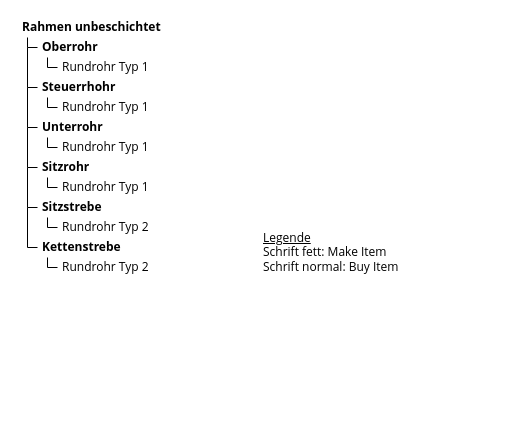
This is Notes Kurt Gisler/Beispiel Fertigungsauftrag Rahmen unbeschichtet Item Structure.drawio from Mint-System/Odoo-Wiki, a draw.io file, before an edit. Source tidied: cells renumbered, new cells numbered last; positions are measured from the earlier drawing's top-left corner, leaving out a move shared by most shapes. Both pictures are drawn from the tidied source at 100%, with x=0, y=0 at pixel (17, 17).
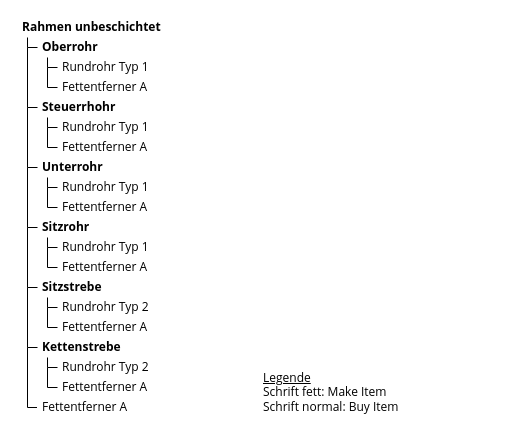
After the change.

The edit, as a diff of the source:
```diff
@@
     <mxCell id="5" value="&lt;font style=&quot;font-size: 12px;&quot;&gt;Steuerrhohr&lt;br style=&quot;font-size: 12px;&quot;&gt;&lt;/font&gt;" style="rounded=0;whiteSpace=wrap;html=1;align=left;spacingLeft=3;strokeColor=#FFFFFF;fontSize=12;fillColor=none;fontStyle=1;fontFamily=Open Sans;" parent="1" vertex="1">
-      <mxGeometry x="20" y="60" width="170" height="20" as="geometry" />
+      <mxGeometry x="20" y="80" width="170" height="20" as="geometry" />
     </mxCell>
@@
     <mxCell id="8" value="&lt;font style=&quot;font-size: 12px;&quot;&gt;Rundrohr Typ 1&lt;/font&gt;" style="rounded=0;whiteSpace=wrap;html=1;spacingLeft=3;align=left;strokeColor=#FFFFFF;fontSize=12;fontFamily=Open Sans;" parent="1" vertex="1">
-      <mxGeometry x="40" y="80" width="150" height="20" as="geometry" />
+      <mxGeometry x="40" y="100" width="150" height="20" as="geometry" />
     </mxCell>
     <mxCell id="9" style="edgeStyle=orthogonalEdgeStyle;rounded=0;orthogonalLoop=1;jettySize=auto;html=1;endArrow=none;endFill=0;exitX=0;exitY=0.5;exitDx=0;exitDy=0;fontFamily=Open Sans;fontSize=12;" parent="1" edge="1">
       <mxGeometry relative="1" as="geometry">
-        <mxPoint x="40" y="90" as="sourcePoint" />
-        <mxPoint x="30" y="80" as="targetPoint" />
+        <mxPoint x="40" y="110" as="sourcePoint" />
+        <mxPoint x="30" y="100" as="targetPoint" />
         <Array as="points">
-          <mxPoint x="30" y="90" />
+          <mxPoint x="30" y="110" />
         </Array>
       </mxGeometry>
     </mxCell>
-    <mxCell id="10" value="&lt;font style=&quot;font-size: 12px;&quot;&gt;Unterrohr&lt;br style=&quot;font-size: 12px;&quot;&gt;&lt;/font&gt;" style="rounded=0;whiteSpace=wrap;html=1;align=left;spacingLeft=3;strokeColor=#FFFFFF;fontSize=12;fillColor=none;fontStyle=1;fontFamily=Open Sans;" parent="1" vertex="1">
-      <mxGeometry x="20" y="100" width="170" height="20" as="geometry" />
-    </mxCell>
-    <mxCell id="11" style="edgeStyle=orthogonalEdgeStyle;rounded=0;orthogonalLoop=1;jettySize=auto;html=1;endArrow=none;endFill=0;exitX=0;exitY=0.5;exitDx=0;exitDy=0;fontFamily=Open Sans;fontSize=12;" parent="1" edge="1">
-      <mxGeometry relative="1" as="geometry">
-        <mxPoint x="20" y="110" as="sourcePoint" />
-        <mxPoint x="10" y="70" as="targetPoint" />
-        <Array as="points">
-          <mxPoint x="10" y="110" />
-        </Array>
-      </mxGeometry>
-    </mxCell>
-    <mxCell id="12" value="&lt;font style=&quot;font-size: 12px;&quot;&gt;Rundrohr Typ 1&lt;/font&gt;" style="rounded=0;whiteSpace=wrap;html=1;spacingLeft=3;align=left;strokeColor=#FFFFFF;fontSize=12;fontFamily=Open Sans;" parent="1" vertex="1">
-      <mxGeometry x="40" y="120" width="150" height="20" as="geometry" />
-    </mxCell>
-    <mxCell id="13" style="edgeStyle=orthogonalEdgeStyle;rounded=0;orthogonalLoop=1;jettySize=auto;html=1;endArrow=none;endFill=0;exitX=0;exitY=0.5;exitDx=0;exitDy=0;fontFamily=Open Sans;fontSize=12;" parent="1" edge="1">
-      <mxGeometry relative="1" as="geometry">
-        <mxPoint x="40" y="130" as="sourcePoint" />
-        <mxPoint x="30" y="120" as="targetPoint" />
-        <Array as="points">
-          <mxPoint x="30" y="130" />
-        </Array>
-      </mxGeometry>
-    </mxCell>
     <mxCell id="14" value="&lt;font style=&quot;font-size: 12px;&quot;&gt;Sitzrohr&lt;/font&gt;" style="rounded=0;whiteSpace=wrap;html=1;align=left;spacingLeft=3;strokeColor=#FFFFFF;fontSize=12;fontStyle=1;fillColor=none;fontFamily=Open Sans;" parent="1" vertex="1">
-      <mxGeometry x="20" y="140" width="110" height="20" as="geometry" />
+      <mxGeometry x="20" y="200" width="110" height="20" as="geometry" />
     </mxCell>
     <mxCell id="15" value="&lt;font style=&quot;font-size: 12px;&quot;&gt;Rundrohr Typ 1&lt;/font&gt;" style="rounded=0;whiteSpace=wrap;html=1;spacingLeft=3;align=left;strokeColor=#FFFFFF;fontSize=12;fontFamily=Open Sans;" parent="1" vertex="1">
-      <mxGeometry x="40" y="160" width="150" height="20" as="geometry" />
+      <mxGeometry x="40" y="220" width="150" height="20" as="geometry" />
     </mxCell>
     <mxCell id="16" style="edgeStyle=orthogonalEdgeStyle;rounded=0;orthogonalLoop=1;jettySize=auto;html=1;endArrow=none;endFill=0;exitX=0;exitY=0.5;exitDx=0;exitDy=0;fontFamily=Open Sans;fontSize=12;" parent="1" edge="1">
       <mxGeometry relative="1" as="geometry">
-        <mxPoint x="40" y="170" as="sourcePoint" />
-        <mxPoint x="30" y="160" as="targetPoint" />
+        <mxPoint x="40" y="230" as="sourcePoint" />
+        <mxPoint x="30" y="220" as="targetPoint" />
         <Array as="points">
-          <mxPoint x="30" y="170" />
+          <mxPoint x="30" y="230" />
         </Array>
       </mxGeometry>
     </mxCell>
-    <mxCell id="17" style="edgeStyle=orthogonalEdgeStyle;rounded=0;orthogonalLoop=1;jettySize=auto;html=1;endArrow=none;endFill=0;exitX=0;exitY=0.5;exitDx=0;exitDy=0;fontFamily=Open Sans;fontSize=12;" parent="1" edge="1">
-      <mxGeometry relative="1" as="geometry">
-        <mxPoint x="20" y="150" as="sourcePoint" />
-        <mxPoint x="10" y="110" as="targetPoint" />
-        <Array as="points">
-          <mxPoint x="10" y="150" />
-        </Array>
-      </mxGeometry>
-    </mxCell>
     <mxCell id="18" value="&lt;font style=&quot;font-size: 12px;&quot;&gt;Sitzstrebe&lt;/font&gt;" style="rounded=0;whiteSpace=wrap;html=1;align=left;spacingLeft=3;strokeColor=#FFFFFF;fontSize=12;fontStyle=1;fillColor=none;fontFamily=Open Sans;" parent="1" vertex="1">
-      <mxGeometry x="20" y="180" width="110" height="20" as="geometry" />
+      <mxGeometry x="20" y="260" width="110" height="20" as="geometry" />
     </mxCell>
-    <mxCell id="19" style="edgeStyle=orthogonalEdgeStyle;rounded=0;orthogonalLoop=1;jettySize=auto;html=1;endArrow=none;endFill=0;exitX=0;exitY=0.5;exitDx=0;exitDy=0;fontFamily=Open Sans;fontSize=12;" parent="1" edge="1">
-      <mxGeometry relative="1" as="geometry">
-        <mxPoint x="20" y="190" as="sourcePoint" />
-        <mxPoint x="10" y="150" as="targetPoint" />
-        <Array as="points">
-          <mxPoint x="10" y="190" />
-        </Array>
-      </mxGeometry>
-    </mxCell>
     <mxCell id="20" value="&lt;font style=&quot;font-size: 12px;&quot;&gt;Rundrohr Typ 2&lt;/font&gt;" style="rounded=0;whiteSpace=wrap;html=1;spacingLeft=3;align=left;strokeColor=#FFFFFF;fontSize=12;fontFamily=Open Sans;" parent="1" vertex="1">
-      <mxGeometry x="40" y="200" width="150" height="20" as="geometry" />
+      <mxGeometry x="40" y="280" width="150" height="20" as="geometry" />
     </mxCell>
     <mxCell id="21" style="edgeStyle=orthogonalEdgeStyle;rounded=0;orthogonalLoop=1;jettySize=auto;html=1;endArrow=none;endFill=0;exitX=0;exitY=0.5;exitDx=0;exitDy=0;fontFamily=Open Sans;fontSize=12;" parent="1" edge="1">
       <mxGeometry relative="1" as="geometry">
-        <mxPoint x="40" y="210" as="sourcePoint" />
-        <mxPoint x="30" y="200" as="targetPoint" />
+        <mxPoint x="40" y="290" as="sourcePoint" />
+        <mxPoint x="30" y="280" as="targetPoint" />
         <Array as="points">
-          <mxPoint x="30" y="210" />
+          <mxPoint x="30" y="290" />
         </Array>
       </mxGeometry>
     </mxCell>
     <mxCell id="22" value="&lt;font style=&quot;font-size: 12px;&quot;&gt;Kettenstrebe&lt;/font&gt;" style="rounded=0;whiteSpace=wrap;html=1;align=left;spacingLeft=3;strokeColor=#FFFFFF;fontSize=12;fontStyle=1;fillColor=none;fontFamily=Open Sans;" parent="1" vertex="1">
-      <mxGeometry x="20" y="220" width="110" height="20" as="geometry" />
+      <mxGeometry x="20" y="320" width="110" height="20" as="geometry" />
     </mxCell>
     <mxCell id="23" value="&lt;font style=&quot;font-size: 12px;&quot;&gt;Rundrohr Typ 2&lt;/font&gt;" style="rounded=0;whiteSpace=wrap;html=1;spacingLeft=3;align=left;strokeColor=#FFFFFF;fontSize=12;fontFamily=Open Sans;" parent="1" vertex="1">
-      <mxGeometry x="40" y="240" width="150" height="20" as="geometry" />
+      <mxGeometry x="40" y="340" width="150" height="20" as="geometry" />
     </mxCell>
     <mxCell id="24" style="edgeStyle=orthogonalEdgeStyle;rounded=0;orthogonalLoop=1;jettySize=auto;html=1;endArrow=none;endFill=0;exitX=0;exitY=0.5;exitDx=0;exitDy=0;fontFamily=Open Sans;fontSize=12;" parent="1" edge="1">
       <mxGeometry relative="1" as="geometry">
-        <mxPoint x="40" y="250" as="sourcePoint" />
-        <mxPoint x="30" y="240" as="targetPoint" />
+        <mxPoint x="40" y="350" as="sourcePoint" />
+        <mxPoint x="30" y="340" as="targetPoint" />
         <Array as="points">
-          <mxPoint x="30" y="250" />
+          <mxPoint x="30" y="350" />
         </Array>
       </mxGeometry>
     </mxCell>
-    <mxCell id="25" style="edgeStyle=orthogonalEdgeStyle;rounded=0;orthogonalLoop=1;jettySize=auto;html=1;endArrow=none;endFill=0;exitX=0;exitY=0.5;exitDx=0;exitDy=0;fontFamily=Open Sans;fontSize=12;" parent="1" edge="1">
-      <mxGeometry relative="1" as="geometry">
-        <mxPoint x="20" y="230" as="sourcePoint" />
-        <mxPoint x="10" y="190" as="targetPoint" />
-        <Array as="points">
-          <mxPoint x="10" y="230" />
-        </Array>
-      </mxGeometry>
-    </mxCell>
-    <mxCell id="26" style="edgeStyle=orthogonalEdgeStyle;rounded=0;orthogonalLoop=1;jettySize=auto;html=1;endArrow=none;endFill=0;exitX=0;exitY=0.5;exitDx=0;exitDy=0;fontFamily=Open Sans;fontSize=12;" parent="1" edge="1">
+    <mxCell id="26" style="edgeStyle=orthogonalEdgeStyle;rounded=0;jettySize=auto;html=1;endArrow=none;endFill=0;fontFamily=Open Sans;fontSize=12;" parent="1" edge="1" source="5">
       <mxGeometry relative="1" as="geometry">
-        <mxPoint x="20" y="70" as="sourcePoint" />
         <mxPoint x="10" y="30" as="targetPoint" />
         <Array as="points">
-          <mxPoint x="10" y="70" />
+          <mxPoint x="10" y="90" />
         </Array>
       </mxGeometry>
     </mxCell>
     <mxCell id="27" value="&lt;u&gt;Legende&lt;/u&gt;&lt;br&gt;Schrift fett: Make Item&lt;br&gt;Schrift normal: Buy Item" style="text;html=1;strokeColor=none;fillColor=none;align=left;verticalAlign=middle;whiteSpace=wrap;rounded=0;fontFamily=Open Sans;fontSize=12;" parent="1" vertex="1">
-      <mxGeometry x="244" y="210" width="230" height="50" as="geometry" />
+      <mxGeometry x="244" y="350" width="230" height="50" as="geometry" />
     </mxCell>
+    <mxCell id="28" value="&lt;font style=&quot;font-size: 12px&quot;&gt;Fettentferner A&lt;/font&gt;" style="rounded=0;whiteSpace=wrap;html=1;spacingLeft=3;align=left;strokeColor=#FFFFFF;fontSize=12;fontFamily=Open Sans;" parent="1" vertex="1">
+      <mxGeometry x="40" y="60" width="150" height="20" as="geometry" />
+    </mxCell>
+    <mxCell id="29" style="edgeStyle=orthogonalEdgeStyle;rounded=0;orthogonalLoop=1;jettySize=auto;html=1;endArrow=none;endFill=0;exitX=0;exitY=0.5;exitDx=0;exitDy=0;fontFamily=Open Sans;fontSize=12;" parent="1" edge="1">
+      <mxGeometry relative="1" as="geometry">
+        <mxPoint x="40" y="70" as="sourcePoint" />
+        <mxPoint x="30" y="50" as="targetPoint" />
+        <Array as="points">
+          <mxPoint x="30" y="70" />
+        </Array>
+      </mxGeometry>
+    </mxCell>
+    <mxCell id="30" value="&lt;font style=&quot;font-size: 12px&quot;&gt;Fettentferner A&lt;/font&gt;" style="rounded=0;whiteSpace=wrap;html=1;spacingLeft=3;align=left;strokeColor=#FFFFFF;fontSize=12;fontFamily=Open Sans;" parent="1" vertex="1">
+      <mxGeometry x="40" y="120" width="150" height="20" as="geometry" />
+    </mxCell>
+    <mxCell id="31" style="edgeStyle=orthogonalEdgeStyle;rounded=0;orthogonalLoop=1;jettySize=auto;html=1;endArrow=none;endFill=0;exitX=0;exitY=0.5;exitDx=0;exitDy=0;fontFamily=Open Sans;fontSize=12;" parent="1" edge="1">
+      <mxGeometry relative="1" as="geometry">
+        <mxPoint x="40" y="130" as="sourcePoint" />
+        <mxPoint x="30" y="110" as="targetPoint" />
+        <Array as="points">
+          <mxPoint x="30" y="130" />
+        </Array>
+      </mxGeometry>
+    </mxCell>
+    <mxCell id="10" value="&lt;font style=&quot;font-size: 12px;&quot;&gt;Unterrohr&lt;br style=&quot;font-size: 12px;&quot;&gt;&lt;/font&gt;" style="rounded=0;whiteSpace=wrap;html=1;align=left;spacingLeft=3;strokeColor=#FFFFFF;fontSize=12;fillColor=none;fontStyle=1;fontFamily=Open Sans;" parent="1" vertex="1">
+      <mxGeometry x="20" y="140" width="170" height="20" as="geometry" />
+    </mxCell>
+    <mxCell id="12" value="&lt;font style=&quot;font-size: 12px;&quot;&gt;Rundrohr Typ 1&lt;/font&gt;" style="rounded=0;whiteSpace=wrap;html=1;spacingLeft=3;align=left;strokeColor=#FFFFFF;fontSize=12;fontFamily=Open Sans;" parent="1" vertex="1">
+      <mxGeometry x="40" y="160" width="150" height="20" as="geometry" />
+    </mxCell>
+    <mxCell id="32" style="edgeStyle=orthogonalEdgeStyle;rounded=0;orthogonalLoop=1;jettySize=auto;html=1;endArrow=none;endFill=0;exitX=0;exitY=0.5;exitDx=0;exitDy=0;fontFamily=Open Sans;fontSize=12;" parent="1" edge="1">
+      <mxGeometry relative="1" as="geometry">
+        <mxPoint x="40" y="170" as="sourcePoint" />
+        <mxPoint x="30" y="160" as="targetPoint" />
+        <Array as="points">
+          <mxPoint x="30" y="170" />
+        </Array>
+      </mxGeometry>
+    </mxCell>
+    <mxCell id="33" value="&lt;font style=&quot;font-size: 12px&quot;&gt;Fettentferner A&lt;/font&gt;" style="rounded=0;whiteSpace=wrap;html=1;spacingLeft=3;align=left;strokeColor=#FFFFFF;fontSize=12;fontFamily=Open Sans;" parent="1" vertex="1">
+      <mxGeometry x="40" y="180" width="150" height="20" as="geometry" />
+    </mxCell>
+    <mxCell id="34" style="edgeStyle=orthogonalEdgeStyle;rounded=0;orthogonalLoop=1;jettySize=auto;html=1;endArrow=none;endFill=0;exitX=0;exitY=0.5;exitDx=0;exitDy=0;fontFamily=Open Sans;fontSize=12;" parent="1" edge="1">
+      <mxGeometry relative="1" as="geometry">
+        <mxPoint x="40" y="190" as="sourcePoint" />
+        <mxPoint x="30" y="170" as="targetPoint" />
+        <Array as="points">
+          <mxPoint x="30" y="190" />
+        </Array>
+      </mxGeometry>
+    </mxCell>
+    <mxCell id="35" style="edgeStyle=orthogonalEdgeStyle;rounded=0;orthogonalLoop=1;jettySize=auto;html=1;endArrow=none;endFill=0;fontFamily=Open Sans;fontSize=12;" parent="1" edge="1">
+      <mxGeometry relative="1" as="geometry">
+        <mxPoint x="20" y="150" as="sourcePoint" />
+        <mxPoint x="10" y="90" as="targetPoint" />
+        <Array as="points">
+          <mxPoint x="10" y="150" />
+        </Array>
+      </mxGeometry>
+    </mxCell>
+    <mxCell id="36" style="edgeStyle=orthogonalEdgeStyle;rounded=0;orthogonalLoop=1;jettySize=auto;html=1;endArrow=none;endFill=0;fontFamily=Open Sans;fontSize=12;" parent="1" edge="1">
+      <mxGeometry relative="1" as="geometry">
+        <mxPoint x="20" y="210" as="sourcePoint" />
+        <mxPoint x="10" y="150" as="targetPoint" />
+        <Array as="points">
+          <mxPoint x="10" y="210" />
+        </Array>
+      </mxGeometry>
+    </mxCell>
+    <mxCell id="37" value="&lt;font style=&quot;font-size: 12px&quot;&gt;Fettentferner A&lt;/font&gt;" style="rounded=0;whiteSpace=wrap;html=1;spacingLeft=3;align=left;strokeColor=#FFFFFF;fontSize=12;fontFamily=Open Sans;" parent="1" vertex="1">
+      <mxGeometry x="40" y="240" width="150" height="20" as="geometry" />
+    </mxCell>
+    <mxCell id="38" style="edgeStyle=orthogonalEdgeStyle;rounded=0;orthogonalLoop=1;jettySize=auto;html=1;endArrow=none;endFill=0;exitX=0;exitY=0.5;exitDx=0;exitDy=0;fontFamily=Open Sans;fontSize=12;" parent="1" edge="1">
+      <mxGeometry relative="1" as="geometry">
+        <mxPoint x="40" y="250" as="sourcePoint" />
+        <mxPoint x="30" y="230" as="targetPoint" />
+        <Array as="points">
+          <mxPoint x="30" y="250" />
+        </Array>
+      </mxGeometry>
+    </mxCell>
+    <mxCell id="39" value="&lt;font style=&quot;font-size: 12px&quot;&gt;Fettentferner A&lt;/font&gt;" style="rounded=0;whiteSpace=wrap;html=1;spacingLeft=3;align=left;strokeColor=#FFFFFF;fontSize=12;fontFamily=Open Sans;" parent="1" vertex="1">
+      <mxGeometry x="40" y="300" width="150" height="20" as="geometry" />
+    </mxCell>
+    <mxCell id="40" style="edgeStyle=orthogonalEdgeStyle;rounded=0;jettySize=auto;html=1;endArrow=none;endFill=0;exitX=0;exitY=0.5;exitDx=0;exitDy=0;fontFamily=Open Sans;fontSize=12;" parent="1" edge="1" source="39">
+      <mxGeometry relative="1" as="geometry">
+        <mxPoint x="30" y="290" as="targetPoint" />
+        <Array as="points">
+          <mxPoint x="30" y="310" />
+        </Array>
+      </mxGeometry>
+    </mxCell>
+    <mxCell id="41" style="edgeStyle=orthogonalEdgeStyle;rounded=0;orthogonalLoop=1;jettySize=auto;html=1;endArrow=none;endFill=0;fontFamily=Open Sans;fontSize=12;" parent="1" edge="1">
+      <mxGeometry relative="1" as="geometry">
+        <mxPoint x="20" y="270" as="sourcePoint" />
+        <mxPoint x="10" y="210" as="targetPoint" />
+        <Array as="points">
+          <mxPoint x="10" y="270" />
+        </Array>
+      </mxGeometry>
+    </mxCell>
+    <mxCell id="42" style="edgeStyle=orthogonalEdgeStyle;rounded=0;orthogonalLoop=1;jettySize=auto;html=1;endArrow=none;endFill=0;fontFamily=Open Sans;fontSize=12;" parent="1" edge="1">
+      <mxGeometry relative="1" as="geometry">
+        <mxPoint x="20" y="330" as="sourcePoint" />
+        <mxPoint x="10" y="270" as="targetPoint" />
+        <Array as="points">
+          <mxPoint x="10" y="330" />
+        </Array>
+      </mxGeometry>
+    </mxCell>
+    <mxCell id="43" value="&lt;font style=&quot;font-size: 12px&quot;&gt;Fettentferner A&lt;/font&gt;" style="rounded=0;whiteSpace=wrap;html=1;spacingLeft=3;align=left;strokeColor=#FFFFFF;fontSize=12;fontFamily=Open Sans;" parent="1" vertex="1">
+      <mxGeometry x="40" y="360" width="150" height="20" as="geometry" />
+    </mxCell>
+    <mxCell id="44" style="edgeStyle=orthogonalEdgeStyle;rounded=0;orthogonalLoop=1;jettySize=auto;html=1;endArrow=none;endFill=0;fontFamily=Open Sans;fontSize=12;" parent="1" edge="1">
+      <mxGeometry relative="1" as="geometry">
+        <mxPoint x="40" y="370" as="sourcePoint" />
+        <mxPoint x="30" y="350" as="targetPoint" />
+        <Array as="points">
+          <mxPoint x="30" y="370" />
+        </Array>
+      </mxGeometry>
+    </mxCell>
+    <mxCell id="45" style="edgeStyle=orthogonalEdgeStyle;rounded=0;orthogonalLoop=1;jettySize=auto;html=1;endArrow=none;endFill=0;fontFamily=Open Sans;fontSize=12;" parent="1" edge="1">
+      <mxGeometry relative="1" as="geometry">
+        <mxPoint x="20" y="390" as="sourcePoint" />
+        <mxPoint x="10" y="330" as="targetPoint" />
+        <Array as="points">
+          <mxPoint x="10" y="390" />
+        </Array>
+      </mxGeometry>
+    </mxCell>
+    <mxCell id="46" value="&lt;font style=&quot;font-size: 12px&quot;&gt;Fettentferner A&lt;/font&gt;" style="rounded=0;whiteSpace=wrap;html=1;spacingLeft=3;align=left;strokeColor=#FFFFFF;fontSize=12;fontFamily=Open Sans;" parent="1" vertex="1">
+      <mxGeometry x="20" y="380" width="150" height="20" as="geometry" />
+    </mxCell>
```
